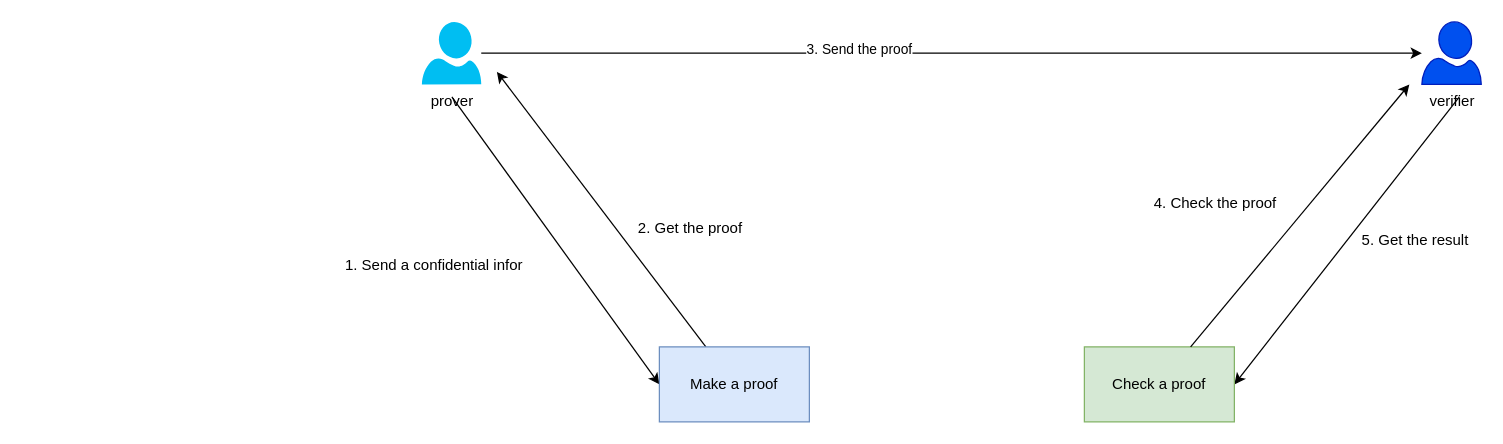
This is page "proof-overview" (2 of 15) of documents/master.drawio from phamhongphuc1999/account-abstraction-app, a draw.io file, before an edit. Source tidied: cells renumbered, new cells numbered last; positions are measured from the earlier drawing's top-left corner, leaving out a move shared by most shapes. Both pictures are drawn from the tidied source at 125%, with x=0, y=0 at pixel (321, 21).
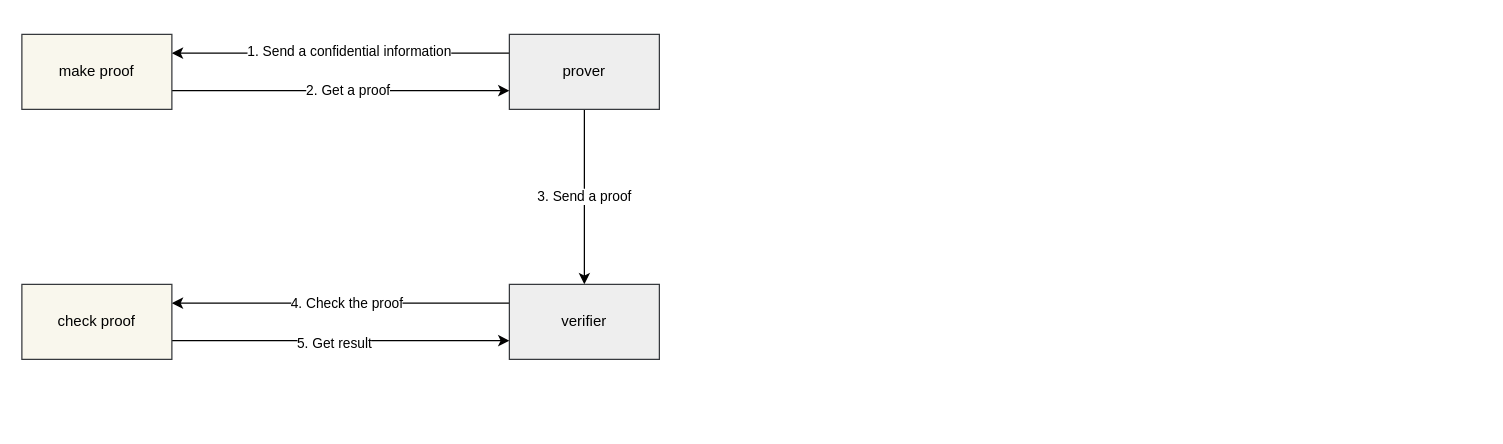
The same page after the edit.

The edit, as a diff of the source:
```diff
@@
-    <mxCell id="2" style="rounded=0;jettySize=auto;html=1;entryX=1;entryY=0.5;entryDx=0;entryDy=0;" parent="1" edge="1" target="10">
-      <mxGeometry relative="1" as="geometry">
-        <mxPoint x="910" y="60" as="sourcePoint" />
-      </mxGeometry>
-    </mxCell>
+    <mxCell id="16" style="edgeStyle=orthogonalEdgeStyle;rounded=0;jettySize=auto;html=1;entryX=1;entryY=0.25;entryDx=0;entryDy=0;exitX=0;exitY=0.25;exitDx=0;exitDy=0;" parent="1" edge="1" source="7" target="21">
+      <mxGeometry relative="1" as="geometry" />
+    </mxCell>
+    <mxCell id="17" value="1. Send a confidential information" style="edgeLabel;html=1;align=center;verticalAlign=middle;" parent="16" vertex="1">
+      <mxGeometry x="0.58" y="-1" relative="1" as="geometry">
+        <mxPoint x="84" as="offset" />
+      </mxGeometry>
+    </mxCell>
+    <mxCell id="5" style="edgeStyle=orthogonalEdgeStyle;rounded=0;jettySize=auto;html=1;entryX=0.5;entryY=0;entryDx=0;entryDy=0;" parent="1" edge="1" source="7" target="3">
+      <mxGeometry relative="1" as="geometry" />
+    </mxCell>
+    <mxCell id="18" value="3. Send a proof" style="edgeLabel;html=1;align=center;verticalAlign=middle;" parent="5" vertex="1">
+      <mxGeometry x="-0.02" y="-1" relative="1" as="geometry" />
+    </mxCell>
+    <mxCell id="7" value="prover" style="rounded=0;whiteSpace=wrap;html=1;fillColor=#eeeeee;strokeColor=#36393d;" parent="1" vertex="1">
+      <mxGeometry x="150" y="10" width="120" height="60" as="geometry" />
+    </mxCell>
+    <mxCell id="19" style="edgeStyle=orthogonalEdgeStyle;rounded=0;jettySize=auto;html=1;entryX=0;entryY=0.75;entryDx=0;entryDy=0;" parent="1" edge="1" source="21" target="7">
+      <mxGeometry relative="1" as="geometry">
+        <Array as="points">
+          <mxPoint x="-60" y="55" />
+          <mxPoint x="-60" y="55" />
+        </Array>
+      </mxGeometry>
+    </mxCell>
+    <mxCell id="20" value="2. Get a proof" style="edgeLabel;html=1;align=center;verticalAlign=middle;" parent="19" vertex="1">
+      <mxGeometry x="-0.49" y="1" relative="1" as="geometry">
+        <mxPoint x="71" as="offset" />
+      </mxGeometry>
+    </mxCell>
+    <mxCell id="21" value="make proof" style="rounded=0;whiteSpace=wrap;html=1;fillColor=#f9f7ed;strokeColor=#36393d;" parent="1" vertex="1">
+      <mxGeometry x="-240" y="10" width="120" height="60" as="geometry" />
+    </mxCell>
+    <mxCell id="22" style="edgeStyle=orthogonalEdgeStyle;rounded=0;jettySize=auto;html=1;entryX=1;entryY=0.25;entryDx=0;entryDy=0;" parent="1" edge="1" source="3" target="25">
+      <mxGeometry relative="1" as="geometry">
+        <Array as="points">
+          <mxPoint x="80" y="225" />
+          <mxPoint x="80" y="225" />
+        </Array>
+      </mxGeometry>
+    </mxCell>
+    <mxCell id="14" value="4. Check the proof" style="edgeLabel;html=1;align=center;verticalAlign=middle;" parent="22" vertex="1">
+      <mxGeometry x="0.44" y="-1" relative="1" as="geometry">
+        <mxPoint x="63" as="offset" />
+      </mxGeometry>
+    </mxCell>
-    <mxCell id="3" value="verifier" style="verticalLabelPosition=bottom;html=1;verticalAlign=top;align=center;strokeColor=#001DBC;fillColor=#0050ef;shape=mxgraph.azure.user;fontColor=#000000;" parent="1" vertex="1">
-      <mxGeometry x="880" width="47.5" height="50" as="geometry" />
+    <mxCell id="3" value="verifier" style="rounded=0;whiteSpace=wrap;html=1;fillColor=#eeeeee;strokeColor=#36393d;" parent="1" vertex="1">
+      <mxGeometry x="150" y="210" width="120" height="60" as="geometry" />
     </mxCell>
-    <mxCell id="4" style="rounded=0;jettySize=auto;html=1;entryX=0;entryY=0.5;entryDx=0;entryDy=0;" parent="1" edge="1" target="9">
-      <mxGeometry relative="1" as="geometry">
-        <mxPoint x="104" y="60" as="sourcePoint" />
-      </mxGeometry>
-    </mxCell>
-    <mxCell id="5" style="rounded=0;jettySize=auto;html=1;" parent="1" edge="1" source="7" target="3">
-      <mxGeometry relative="1" as="geometry" />
-    </mxCell>
-    <mxCell id="6" value="3. Send the proof" style="edgeLabel;html=1;align=center;verticalAlign=middle;" parent="5" vertex="1">
-      <mxGeometry x="-0.2" y="4" relative="1" as="geometry">
-        <mxPoint x="1" as="offset" />
-      </mxGeometry>
-    </mxCell>
-    <mxCell id="7" value="prover" style="verticalLabelPosition=bottom;html=1;verticalAlign=top;align=center;strokeColor=none;fillColor=#00BEF2;shape=mxgraph.azure.user;" parent="1" vertex="1">
-      <mxGeometry x="80" width="47.5" height="50" as="geometry" />
-    </mxCell>
-    <mxCell id="8" style="rounded=0;jettySize=auto;html=1;" parent="1" edge="1" source="9">
-      <mxGeometry relative="1" as="geometry">
-        <mxPoint x="140" y="40" as="targetPoint" />
-      </mxGeometry>
-    </mxCell>
-    <mxCell id="9" value="Make a proof" style="rounded=0;whiteSpace=wrap;html=1;fillColor=#dae8fc;strokeColor=#6c8ebf;" parent="1" vertex="1">
-      <mxGeometry x="270" y="260" width="120" height="60" as="geometry" />
-    </mxCell>
-    <mxCell id="10" value="Check a proof" style="rounded=0;whiteSpace=wrap;html=1;fillColor=#d5e8d4;strokeColor=#82b366;" parent="1" vertex="1">
-      <mxGeometry x="610" y="260" width="120" height="60" as="geometry" />
-    </mxCell>
-    <mxCell id="11" value="1. Send a confidential infor" style="text;html=1;align=center;verticalAlign=middle;whiteSpace=wrap;rounded=0;" parent="1" vertex="1">
-      <mxGeometry y="180" width="180" height="30" as="geometry" />
-    </mxCell>
-    <mxCell id="12" value="2. Get the proof" style="text;html=1;align=center;verticalAlign=middle;whiteSpace=wrap;rounded=0;" parent="1" vertex="1">
-      <mxGeometry x="250" y="150" width="90" height="30" as="geometry" />
-    </mxCell>
-    <mxCell id="13" style="rounded=0;jettySize=auto;html=1;" parent="1" edge="1" source="10">
-      <mxGeometry relative="1" as="geometry">
-        <mxPoint x="870" y="50" as="targetPoint" />
-      </mxGeometry>
-    </mxCell>
-    <mxCell id="14" value="4. Check the proof" style="text;html=1;align=center;verticalAlign=middle;whiteSpace=wrap;rounded=0;" parent="1" vertex="1">
-      <mxGeometry x="650" y="130" width="130" height="30" as="geometry" />
-    </mxCell>
-    <mxCell id="15" value="5. Get the result" style="text;html=1;align=center;verticalAlign=middle;whiteSpace=wrap;rounded=0;" parent="1" vertex="1">
-      <mxGeometry x="830" y="160" width="90" height="30" as="geometry" />
-    </mxCell>
+    <mxCell id="23" style="edgeStyle=orthogonalEdgeStyle;rounded=0;jettySize=auto;html=1;entryX=0;entryY=0.75;entryDx=0;entryDy=0;" parent="1" edge="1" source="25" target="3">
+      <mxGeometry relative="1" as="geometry">
+        <Array as="points">
+          <mxPoint x="-50" y="255" />
+          <mxPoint x="-50" y="255" />
+        </Array>
+      </mxGeometry>
+    </mxCell>
+    <mxCell id="24" value="5. Get result" style="edgeLabel;html=1;align=center;verticalAlign=middle;" parent="23" vertex="1">
+      <mxGeometry x="-0.26" y="-1" relative="1" as="geometry">
+        <mxPoint x="29" as="offset" />
+      </mxGeometry>
+    </mxCell>
+    <mxCell id="25" value="check proof" style="rounded=0;whiteSpace=wrap;html=1;fillColor=#f9f7ed;strokeColor=#36393d;" parent="1" vertex="1">
+      <mxGeometry x="-240" y="210" width="120" height="60" as="geometry" />
+    </mxCell>
```
